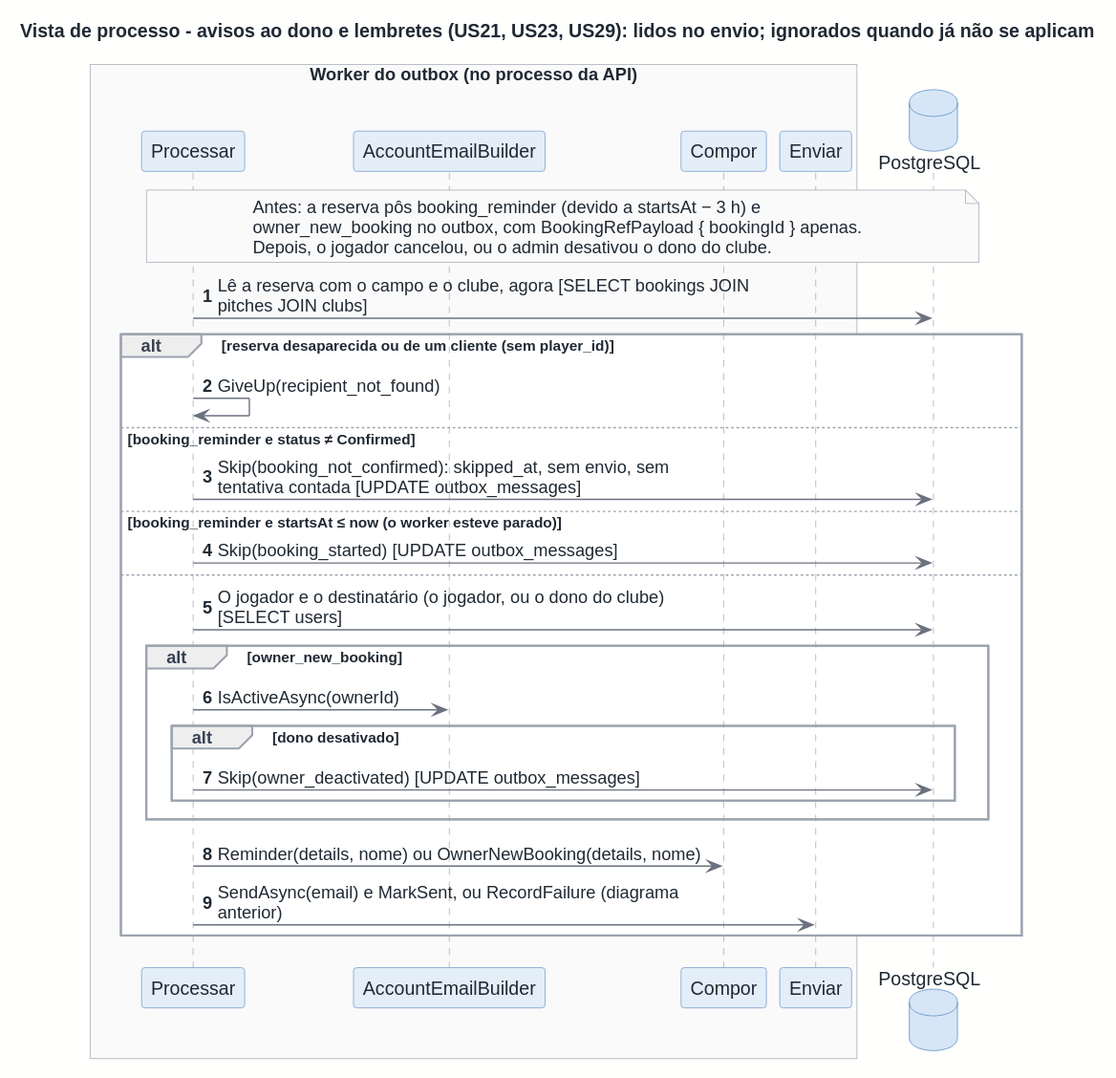
This is docs/architecture/out/process-outbox-skip.svg from rodrigo4sousa/SportsEstablishments, a PlantUML export, as it was before one commit.
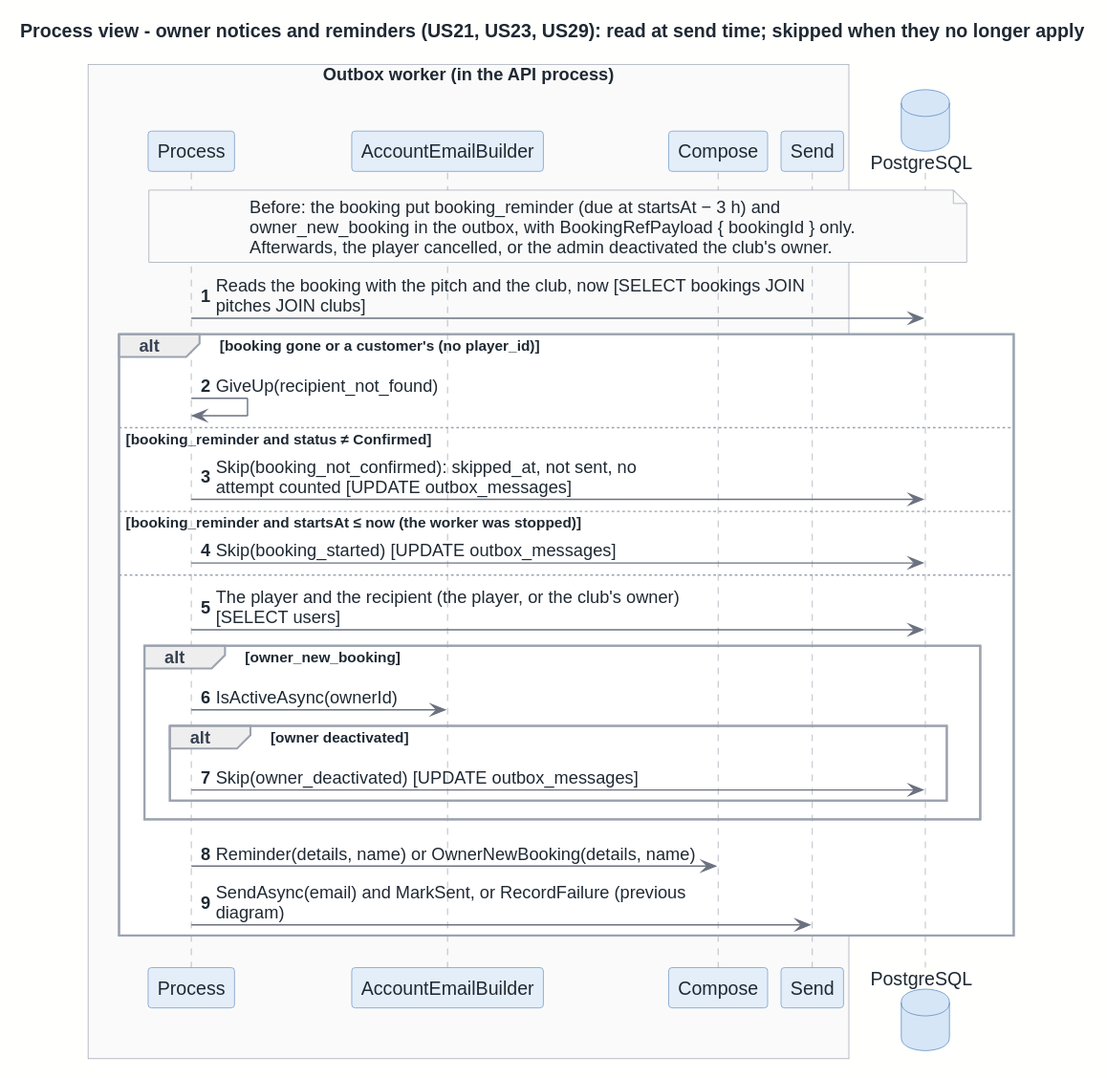
After the change.

The edit, as a diff of the source:
```diff
@@ -1,35 +1,35 @@
 @startuml
 !include ../style.puml
 
-title Vista de processo - avisos ao dono e lembretes (US21, US23, US29): lidos no envio; ignorados quando já não se aplicam
+title Process view - owner notices and reminders (US21, US23, US29): read at send time; skipped when they no longer apply
 autonumber
 
-box "Worker do outbox (no processo da API)"
-  participant "Processar" as API_NOTIF_PROC
+box "Outbox worker (in the API process)"
+  participant "Process" as API_NOTIF_PROC
   participant "AccountEmailBuilder" as API_AUTH_RESET
-  participant "Compor" as API_NOTIF_COMPOSE
-  participant "Enviar" as API_NOTIF_SENDER
+  participant "Compose" as API_NOTIF_COMPOSE
+  participant "Send" as API_NOTIF_SENDER
 end box
 database "PostgreSQL" as C_DB
 
-note over API_NOTIF_PROC, C_DB: Antes: a reserva pôs booking_reminder (devido a startsAt − 3 h) e\nowner_new_booking no outbox, com BookingRefPayload { bookingId } apenas.\nDepois, o jogador cancelou, ou o admin desativou o dono do clube.
+note over API_NOTIF_PROC, C_DB: Before: the booking put booking_reminder (due at startsAt − 3 h) and\nowner_new_booking in the outbox, with BookingRefPayload { bookingId } only.\nAfterwards, the player cancelled, or the admin deactivated the club's owner.
 
-API_NOTIF_PROC -> C_DB : Lê a reserva com o campo e o clube, agora [SELECT bookings JOIN\npitches JOIN clubs]
-alt reserva desaparecida ou de um cliente (sem player_id)
+API_NOTIF_PROC -> C_DB : Reads the booking with the pitch and the club, now [SELECT bookings JOIN\npitches JOIN clubs]
+alt booking gone or a customer's (no player_id)
   API_NOTIF_PROC -> API_NOTIF_PROC : GiveUp(recipient_not_found)
-else booking_reminder e status ≠ Confirmed
-  API_NOTIF_PROC -> C_DB : Skip(booking_not_confirmed): skipped_at, sem envio, sem\ntentativa contada [UPDATE outbox_messages]
-else booking_reminder e startsAt ≤ now (o worker esteve parado)
+else booking_reminder and status ≠ Confirmed
+  API_NOTIF_PROC -> C_DB : Skip(booking_not_confirmed): skipped_at, not sent, no\nattempt counted [UPDATE outbox_messages]
+else booking_reminder and startsAt ≤ now (the worker was stopped)
   API_NOTIF_PROC -> C_DB : Skip(booking_started) [UPDATE outbox_messages]
 else
-  API_NOTIF_PROC -> C_DB : O jogador e o destinatário (o jogador, ou o dono do clube)\n[SELECT users]
+  API_NOTIF_PROC -> C_DB : The player and the recipient (the player, or the club's owner)\n[SELECT users]
   alt owner_new_booking
     API_NOTIF_PROC -> API_AUTH_RESET : IsActiveAsync(ownerId)
-    alt dono desativado
+    alt owner deactivated
       API_NOTIF_PROC -> C_DB : Skip(owner_deactivated) [UPDATE outbox_messages]
     end
   end
-  API_NOTIF_PROC -> API_NOTIF_COMPOSE : Reminder(details, nome) ou OwnerNewBooking(details, nome)
-  API_NOTIF_PROC -> API_NOTIF_SENDER : SendAsync(email) e MarkSent, ou RecordFailure (diagrama\nanterior)
+  API_NOTIF_PROC -> API_NOTIF_COMPOSE : Reminder(details, name) or OwnerNewBooking(details, name)
+  API_NOTIF_PROC -> API_NOTIF_SENDER : SendAsync(email) and MarkSent, or RecordFailure (previous\ndiagram)
 end
 @enduml
```
